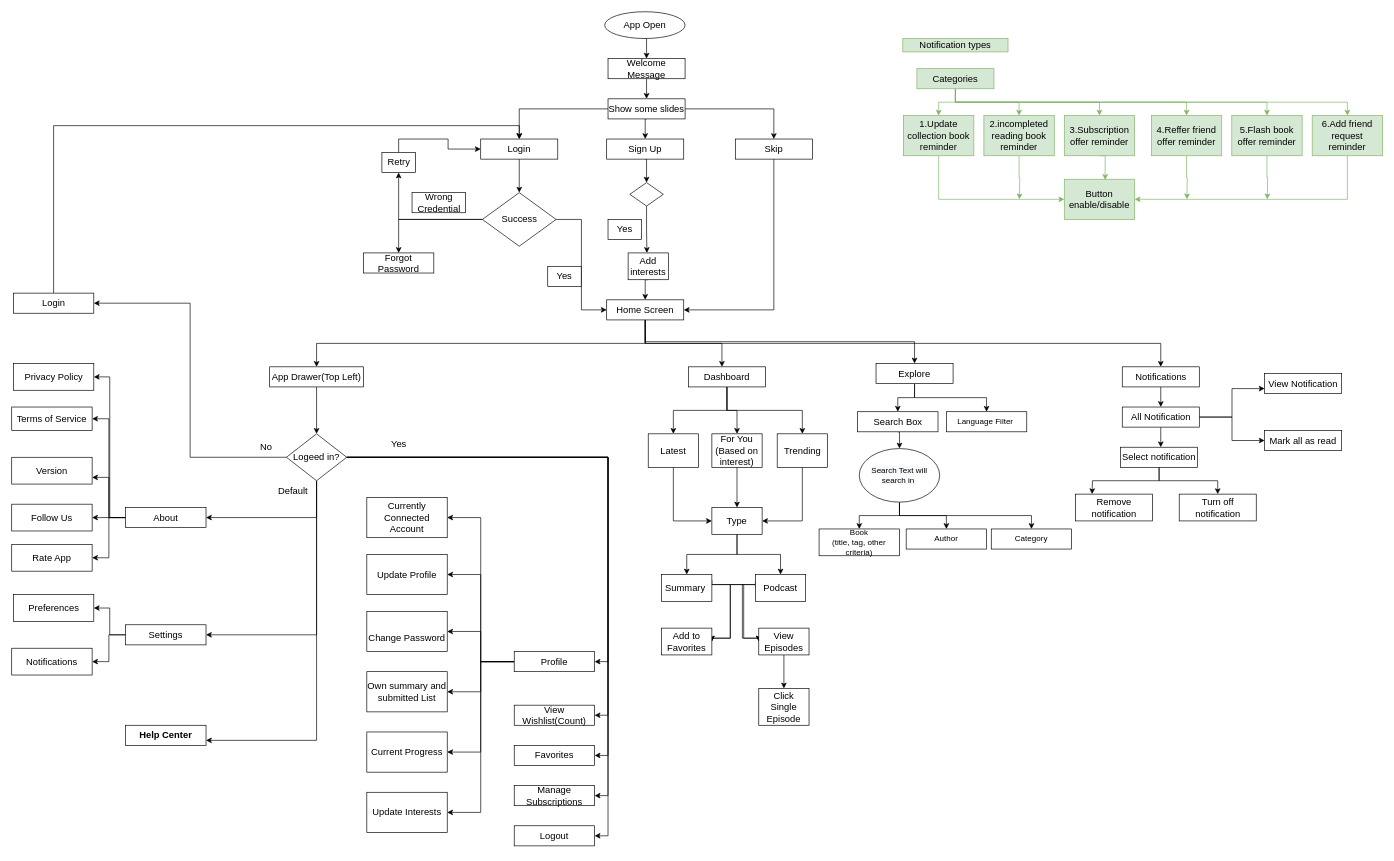
Before: BookJuice.drawio in showkat2203/bookJuice, a draw.io diagram. Source tidied: cells renumbered, new cells numbered last; positions are measured from the earlier drawing's top-left corner, leaving out a move shared by most shapes. Both pictures are drawn from the tidied source at 67%, with x=0, y=0 at pixel (11, 11).
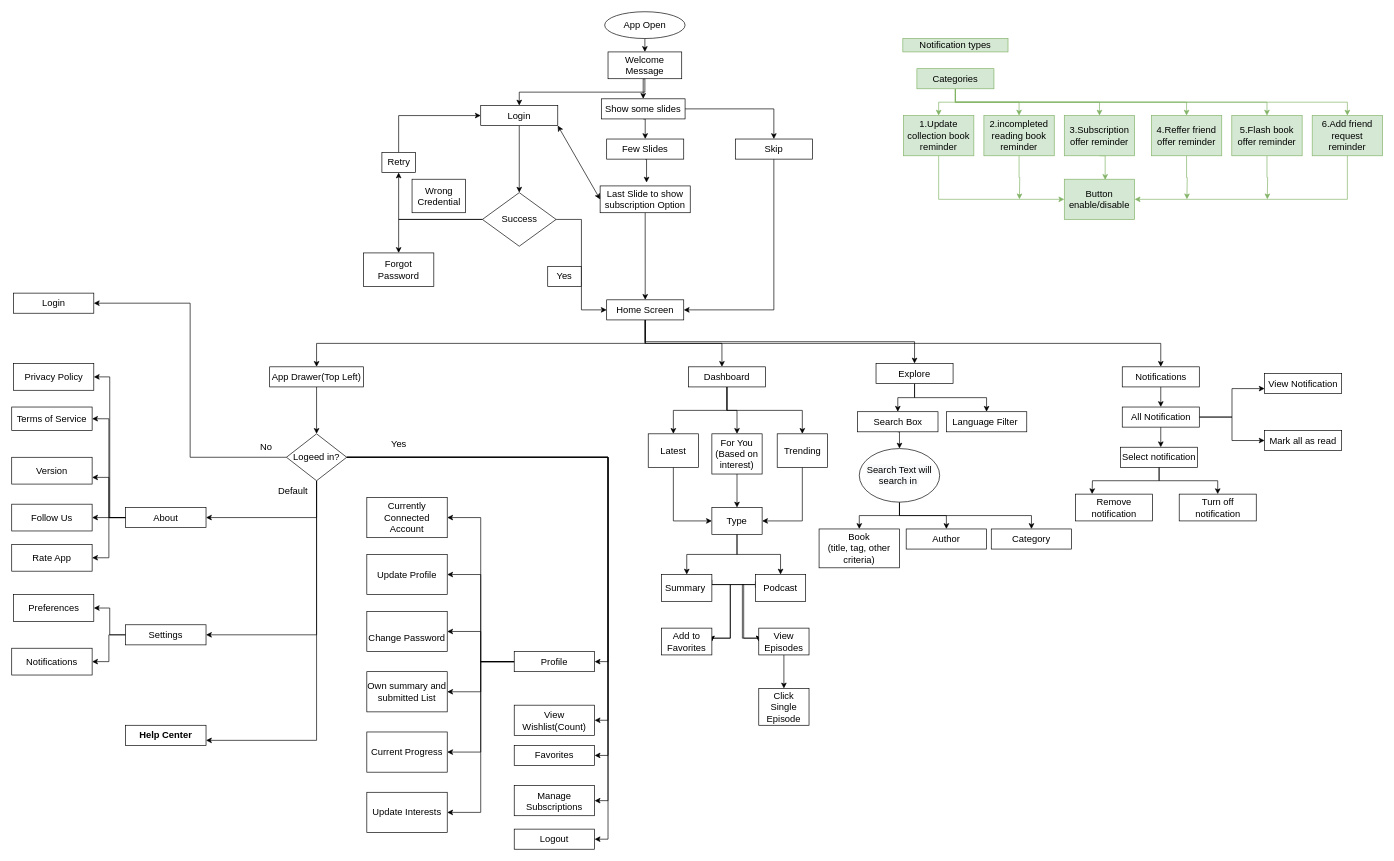
Above is the later version.

Commit message:
App Start Update

Unchanged cells that the change refers to:
```xml
<mxCell id="33" value="Explore&lt;br style=&quot;font-size: 14px;&quot;&gt;" style="rounded=0;whiteSpace=wrap;html=1;fontSize=14;labelBorderColor=none;" parent="1" vertex="1">
  <mxGeometry x="1290" y="525" width="115" height="30" as="geometry" />
</mxCell>
<mxCell id="54" value="Summary&lt;span style=&quot;white-space: pre; font-size: 14px;&quot;&gt; &lt;/span&gt;" style="rounded=0;whiteSpace=wrap;html=1;fontSize=14;labelBorderColor=none;" parent="1" vertex="1">
  <mxGeometry x="970" y="840" width="75" height="40" as="geometry" />
</mxCell>
<mxCell id="57" value="Podcast" style="rounded=0;whiteSpace=wrap;html=1;fontSize=14;labelBorderColor=none;" parent="1" vertex="1">
  <mxGeometry x="1110" y="840" width="75" height="40" as="geometry" />
</mxCell>
<mxCell id="141" value="&lt;span style=&quot;font-family: arial; background-color: transparent; vertical-align: baseline; font-size: 14px;&quot; id=&quot;docs-internal-guid-d14be29c-7fff-d73a-dcc5-bd1d11e58f45&quot;&gt;&lt;font style=&quot;font-size: 14px;&quot;&gt;Login&lt;/font&gt;&lt;/span&gt;" style="rounded=0;whiteSpace=wrap;html=1;fontSize=14;labelBorderColor=none;" parent="1" vertex="1">
  <mxGeometry x="2.5" y="420" width="120" height="30" as="geometry" />
</mxCell>
<mxCell id="143" value="Add to Favorites" style="rounded=0;whiteSpace=wrap;html=1;fontSize=14;labelBorderColor=none;" parent="1" vertex="1">
  <mxGeometry x="970" y="920" width="75" height="40" as="geometry" />
</mxCell>
<mxCell id="145" value="View Episodes" style="rounded=0;whiteSpace=wrap;html=1;fontSize=14;labelBorderColor=none;" parent="1" vertex="1">
  <mxGeometry x="1115" y="920" width="75" height="40" as="geometry" />
</mxCell>
<mxCell id="146" value="Click Single Episode" style="rounded=0;whiteSpace=wrap;html=1;fontSize=14;labelBorderColor=none;" parent="1" vertex="1">
  <mxGeometry x="1115" y="1010" width="75" height="55" as="geometry" />
</mxCell>
<mxCell id="148" value="Search Box" style="rounded=0;whiteSpace=wrap;html=1;fontSize=14;labelBorderColor=none;" parent="1" vertex="1">
  <mxGeometry x="1262.5" y="597" width="120" height="30" as="geometry" />
</mxCell>
```

Diff of the diagram source:
```diff
@@
+    <mxCell id="157" style="edgeStyle=orthogonalEdgeStyle;rounded=0;jettySize=auto;html=1;exitX=0.5;exitY=1;exitDx=0;exitDy=0;entryX=0.5;entryY=0;entryDx=0;entryDy=0;fontSize=14;" parent="1" edge="1" source="5" target="9">
+      <mxGeometry relative="1" as="geometry" />
+    </mxCell>
     <mxCell id="5" value="Welcome Message" style="rounded=0;whiteSpace=wrap;html=1;fontSize=14;labelBorderColor=none;" parent="1" vertex="1">
-      <mxGeometry x="890" y="70" width="115" height="30" as="geometry" />
+      <mxGeometry x="890" y="60" width="110" height="40" as="geometry" />
     </mxCell>
-    <mxCell id="6" style="edgeStyle=orthogonalEdgeStyle;rounded=0;jettySize=auto;html=1;exitX=0.5;exitY=1;exitDx=0;exitDy=0;entryX=0.5;entryY=0;entryDx=0;entryDy=0;fontSize=14;labelBorderColor=none;" parent="1" edge="1" source="7" target="42">
-      <mxGeometry relative="1" as="geometry" />
+    <mxCell id="6" style="edgeStyle=orthogonalEdgeStyle;rounded=0;jettySize=auto;html=1;exitX=0.5;exitY=1;exitDx=0;exitDy=0;entryX=0.5;entryY=0;entryDx=0;entryDy=0;fontSize=14;labelBorderColor=none;" parent="1" edge="1" source="7">
+      <mxGeometry relative="1" as="geometry">
+        <mxPoint x="947.5" y="255" as="targetPoint" />
+      </mxGeometry>
     </mxCell>
-    <mxCell id="7" value="Sign Up" style="rounded=0;whiteSpace=wrap;html=1;fontSize=14;labelBorderColor=none;" parent="1" vertex="1">
+    <mxCell id="7" value="Few Slides" style="rounded=0;whiteSpace=wrap;html=1;fontSize=14;labelBorderColor=none;" parent="1" vertex="1">
       <mxGeometry x="888" y="190" width="115" height="30" as="geometry" />
     </mxCell>
@@
     <mxCell id="9" value="Login" style="rounded=0;whiteSpace=wrap;html=1;fontSize=14;labelBorderColor=none;" parent="1" vertex="1">
-      <mxGeometry x="700" y="190" width="115" height="30" as="geometry" />
+      <mxGeometry x="700" y="140" width="115" height="30" as="geometry" />
     </mxCell>
@@
-    <mxCell id="13" style="edgeStyle=orthogonalEdgeStyle;rounded=0;jettySize=auto;html=1;exitX=0;exitY=0.5;exitDx=0;exitDy=0;fontSize=14;labelBorderColor=none;" parent="1" edge="1" source="15" target="9">
-      <mxGeometry relative="1" as="geometry" />
-    </mxCell>
@@
     <mxCell id="15" value="Show some slides" style="rounded=0;whiteSpace=wrap;html=1;fontSize=14;labelBorderColor=none;" parent="1" vertex="1">
-      <mxGeometry x="890" y="130" width="115" height="30" as="geometry" />
+      <mxGeometry x="880" y="130" width="125" height="30" as="geometry" />
     </mxCell>
@@
-    <mxCell id="31" style="edgeStyle=orthogonalEdgeStyle;rounded=0;jettySize=auto;html=1;exitX=0.5;exitY=1;exitDx=0;exitDy=0;entryX=0.5;entryY=0;entryDx=0;entryDy=0;" parent="1" edge="1" source="33" target="148">
+    <mxCell id="31" style="edgeStyle=orthogonalEdgeStyle;rounded=0;jettySize=auto;html=1;exitX=0.5;exitY=1;exitDx=0;exitDy=0;entryX=0.5;entryY=0;entryDx=0;entryDy=0;fontSize=14;" parent="1" edge="1" source="33" target="148">
       <mxGeometry relative="1" as="geometry" />
     </mxCell>
-    <mxCell id="32" style="edgeStyle=orthogonalEdgeStyle;rounded=0;jettySize=auto;html=1;exitX=0.5;exitY=1;exitDx=0;exitDy=0;entryX=0.5;entryY=0;entryDx=0;entryDy=0;" parent="1" edge="1" source="33" target="156">
+    <mxCell id="32" style="edgeStyle=orthogonalEdgeStyle;rounded=0;jettySize=auto;html=1;exitX=0.5;exitY=1;exitDx=0;exitDy=0;entryX=0.5;entryY=0;entryDx=0;entryDy=0;fontSize=14;" parent="1" edge="1" source="33" target="156">
       <mxGeometry relative="1" as="geometry" />
     </mxCell>
@@
     <mxCell id="36" value="Forgot Password" style="rounded=0;whiteSpace=wrap;html=1;fontSize=14;labelBorderColor=none;" parent="1" vertex="1">
-      <mxGeometry x="525" y="360" width="105" height="30" as="geometry" />
+      <mxGeometry x="525" y="360" width="105" height="50" as="geometry" />
     </mxCell>
@@
     <mxCell id="40" value="Wrong Credential" style="rounded=0;whiteSpace=wrap;html=1;fontSize=14;labelBorderColor=none;" parent="1" vertex="1">
-      <mxGeometry x="597.5" y="270" width="80" height="30" as="geometry" />
+      <mxGeometry x="597.5" y="250" width="80" height="50" as="geometry" />
     </mxCell>
-    <mxCell id="41" style="edgeStyle=orthogonalEdgeStyle;rounded=0;jettySize=auto;html=1;exitX=0.5;exitY=1;exitDx=0;exitDy=0;entryX=0.467;entryY=0;entryDx=0;entryDy=0;entryPerimeter=0;fontSize=14;labelBorderColor=none;" parent="1" edge="1" source="42" target="45">
-      <mxGeometry relative="1" as="geometry" />
-    </mxCell>
-    <mxCell id="42" style="rhombus;whiteSpace=wrap;html=1;fontSize=14;labelBorderColor=none;" parent="1" vertex="1">
-      <mxGeometry x="922.5" y="255" width="50" height="35" as="geometry" />
-    </mxCell>
-    <mxCell id="43" value="Yes" style="rounded=0;whiteSpace=wrap;html=1;fontSize=14;labelBorderColor=none;" parent="1" vertex="1">
-      <mxGeometry x="890" y="310" width="50" height="30" as="geometry" />
-    </mxCell>
@@
-    <mxCell id="45" value="Add interests" style="rounded=0;whiteSpace=wrap;html=1;fontSize=14;labelBorderColor=none;" parent="1" vertex="1">
-      <mxGeometry x="920" y="360" width="60" height="40" as="geometry" />
+    <mxCell id="45" value="Last Slide to show subscription Option" style="rounded=0;whiteSpace=wrap;html=1;fontSize=14;labelBorderColor=none;" parent="1" vertex="1">
+      <mxGeometry x="878.2" y="260" width="134.5" height="40" as="geometry" />
     </mxCell>
@@
     <mxCell id="49" value="For You&lt;br style=&quot;font-size: 14px;&quot;&gt;(Based on interest)" style="rounded=0;whiteSpace=wrap;html=1;fontSize=14;labelBorderColor=none;" parent="1" vertex="1">
-      <mxGeometry x="1045" y="630" width="75" height="50" as="geometry" />
+      <mxGeometry x="1045" y="630" width="75" height="60" as="geometry" />
     </mxCell>
@@
-    <mxCell id="52" style="edgeStyle=orthogonalEdgeStyle;rounded=0;jettySize=auto;html=1;exitX=1;exitY=0.25;exitDx=0;exitDy=0;entryX=1;entryY=0.5;entryDx=0;entryDy=0;" parent="1" edge="1" source="54" target="143">
+    <mxCell id="52" style="edgeStyle=orthogonalEdgeStyle;rounded=0;jettySize=auto;html=1;exitX=1;exitY=0.25;exitDx=0;exitDy=0;entryX=1;entryY=0.5;entryDx=0;entryDy=0;fontSize=14;" parent="1" edge="1" source="54" target="143">
       <mxGeometry relative="1" as="geometry">
         <Array as="points">
           <mxPoint x="1045.5" y="855" />
           <mxPoint x="1072.5" y="855" />
           <mxPoint x="1072.5" y="935" />
         </Array>
       </mxGeometry>
     </mxCell>
-    <mxCell id="53" style="edgeStyle=orthogonalEdgeStyle;rounded=0;jettySize=auto;html=1;exitX=1;exitY=0.25;exitDx=0;exitDy=0;entryX=0;entryY=0.5;entryDx=0;entryDy=0;" parent="1" edge="1" source="54" target="145">
+    <mxCell id="53" style="edgeStyle=orthogonalEdgeStyle;rounded=0;jettySize=auto;html=1;exitX=1;exitY=0.25;exitDx=0;exitDy=0;entryX=0;entryY=0.5;entryDx=0;entryDy=0;fontSize=14;" parent="1" edge="1" source="54" target="145">
       <mxGeometry relative="1" as="geometry">
         <Array as="points">
           <mxPoint x="1042.5" y="848" />
           <mxPoint x="1042.5" y="855" />
           <mxPoint x="1092.5" y="855" />
           <mxPoint x="1092.5" y="935" />
         </Array>
       </mxGeometry>
     </mxCell>
@@
-    <mxCell id="55" style="edgeStyle=orthogonalEdgeStyle;rounded=0;jettySize=auto;html=1;exitX=0;exitY=0.5;exitDx=0;exitDy=0;entryX=1;entryY=0.5;entryDx=0;entryDy=0;" parent="1" edge="1" source="57" target="143">
+    <mxCell id="55" style="edgeStyle=orthogonalEdgeStyle;rounded=0;jettySize=auto;html=1;exitX=0;exitY=0.5;exitDx=0;exitDy=0;entryX=1;entryY=0.5;entryDx=0;entryDy=0;fontSize=14;" parent="1" edge="1" source="57" target="143">
       <mxGeometry relative="1" as="geometry">
         <Array as="points">
           <mxPoint x="1072.5" y="855" />
           <mxPoint x="1072.5" y="935" />
         </Array>
       </mxGeometry>
     </mxCell>
-    <mxCell id="56" style="edgeStyle=orthogonalEdgeStyle;rounded=0;jettySize=auto;html=1;exitX=0;exitY=0.25;exitDx=0;exitDy=0;entryX=0;entryY=0.5;entryDx=0;entryDy=0;" parent="1" edge="1" source="57" target="145">
+    <mxCell id="56" style="edgeStyle=orthogonalEdgeStyle;rounded=0;jettySize=auto;html=1;exitX=0;exitY=0.25;exitDx=0;exitDy=0;entryX=0;entryY=0.5;entryDx=0;entryDy=0;fontSize=14;" parent="1" edge="1" source="57" target="145">
       <mxGeometry relative="1" as="geometry">
         <Array as="points">
           <mxPoint x="1110.5" y="855" />
           <mxPoint x="1090.5" y="855" />
           <mxPoint x="1090.5" y="935" />
         </Array>
       </mxGeometry>
     </mxCell>
@@
     <mxCell id="115" value="&lt;span style=&quot;font-family: arial; background-color: transparent; vertical-align: baseline; font-size: 14px;&quot; id=&quot;docs-internal-guid-903117e0-7fff-71b1-bc98-bc9baa7d7a13&quot;&gt;&lt;font style=&quot;font-size: 14px;&quot;&gt;View Wishlist(Count)&lt;/font&gt;&lt;/span&gt;" style="rounded=0;whiteSpace=wrap;html=1;fontSize=14;labelBorderColor=none;" parent="1" vertex="1">
-      <mxGeometry x="750" y="1035" width="120" height="30" as="geometry" />
+      <mxGeometry x="750" y="1035" width="120" height="45" as="geometry" />
     </mxCell>
@@
     <mxCell id="117" value="&lt;span style=&quot;font-family: arial; background-color: transparent; vertical-align: baseline; font-size: 14px;&quot; id=&quot;docs-internal-guid-4453dd02-7fff-08d9-fda8-3debc0077f14&quot;&gt;&lt;font style=&quot;font-size: 14px;&quot;&gt;Manage Subscriptions&lt;/font&gt;&lt;/span&gt;" style="rounded=0;whiteSpace=wrap;html=1;fontSize=14;labelBorderColor=none;" parent="1" vertex="1">
-      <mxGeometry x="750" y="1155" width="120" height="30" as="geometry" />
+      <mxGeometry x="750" y="1155" width="120" height="45" as="geometry" />
     </mxCell>
@@
     <mxCell id="135" value="&lt;font style=&quot;font-size: 14px;&quot;&gt;Logout&lt;/font&gt;" style="rounded=0;whiteSpace=wrap;html=1;fontSize=14;labelBorderColor=none;" parent="1" vertex="1">
-      <mxGeometry x="750" y="1215" width="120" height="30" as="geometry" />
+      <mxGeometry x="750" y="1220" width="120" height="30" as="geometry" />
     </mxCell>
@@
-    <mxCell id="140" style="edgeStyle=orthogonalEdgeStyle;rounded=0;jettySize=auto;html=1;exitX=0.5;exitY=0;exitDx=0;exitDy=0;entryX=0.5;entryY=0;entryDx=0;entryDy=0;fontSize=14;" parent="1" edge="1" source="141" target="9">
-      <mxGeometry relative="1" as="geometry" />
-    </mxCell>
@@
-    <mxCell id="144" style="edgeStyle=orthogonalEdgeStyle;rounded=0;jettySize=auto;html=1;exitX=0.5;exitY=1;exitDx=0;exitDy=0;entryX=0.5;entryY=0;entryDx=0;entryDy=0;" parent="1" edge="1" source="145" target="146">
+    <mxCell id="144" style="edgeStyle=orthogonalEdgeStyle;rounded=0;jettySize=auto;html=1;exitX=0.5;exitY=1;exitDx=0;exitDy=0;entryX=0.5;entryY=0;entryDx=0;entryDy=0;fontSize=14;" parent="1" edge="1" source="145" target="146">
       <mxGeometry relative="1" as="geometry" />
     </mxCell>
@@
-    <mxCell id="147" style="edgeStyle=orthogonalEdgeStyle;rounded=0;jettySize=auto;html=1;exitX=0.5;exitY=1;exitDx=0;exitDy=0;entryX=0.5;entryY=0;entryDx=0;entryDy=0;" parent="1" edge="1" source="148" target="152">
+    <mxCell id="147" style="edgeStyle=orthogonalEdgeStyle;rounded=0;jettySize=auto;html=1;exitX=0.5;exitY=1;exitDx=0;exitDy=0;entryX=0.5;entryY=0;entryDx=0;entryDy=0;fontSize=14;" parent="1" edge="1" source="148" target="152">
       <mxGeometry relative="1" as="geometry" />
     </mxCell>
@@
-    <mxCell id="149" style="edgeStyle=orthogonalEdgeStyle;rounded=0;jettySize=auto;html=1;exitX=0.5;exitY=1;exitDx=0;exitDy=0;entryX=0.5;entryY=0;entryDx=0;entryDy=0;" parent="1" edge="1" source="152" target="153">
+    <mxCell id="149" style="edgeStyle=orthogonalEdgeStyle;rounded=0;jettySize=auto;html=1;exitX=0.5;exitY=1;exitDx=0;exitDy=0;entryX=0.5;entryY=0;entryDx=0;entryDy=0;fontSize=14;" parent="1" edge="1" source="152" target="153">
       <mxGeometry relative="1" as="geometry" />
     </mxCell>
-    <mxCell id="150" style="edgeStyle=orthogonalEdgeStyle;rounded=0;jettySize=auto;html=1;exitX=0.5;exitY=1;exitDx=0;exitDy=0;entryX=0.5;entryY=0;entryDx=0;entryDy=0;" parent="1" edge="1" source="152" target="154">
+    <mxCell id="150" style="edgeStyle=orthogonalEdgeStyle;rounded=0;jettySize=auto;html=1;exitX=0.5;exitY=1;exitDx=0;exitDy=0;entryX=0.5;entryY=0;entryDx=0;entryDy=0;fontSize=14;" parent="1" edge="1" source="152" target="154">
       <mxGeometry relative="1" as="geometry" />
     </mxCell>
-    <mxCell id="151" style="edgeStyle=orthogonalEdgeStyle;rounded=0;jettySize=auto;html=1;exitX=0.5;exitY=1;exitDx=0;exitDy=0;entryX=0.5;entryY=0;entryDx=0;entryDy=0;" parent="1" edge="1" source="152" target="155">
+    <mxCell id="151" style="edgeStyle=orthogonalEdgeStyle;rounded=0;jettySize=auto;html=1;exitX=0.5;exitY=1;exitDx=0;exitDy=0;entryX=0.5;entryY=0;entryDx=0;entryDy=0;fontSize=14;" parent="1" edge="1" source="152" target="155">
       <mxGeometry relative="1" as="geometry" />
     </mxCell>
-    <mxCell id="152" value="&lt;span style=&quot;color: rgb(0 , 0 , 0) ; font-family: &amp;#34;helvetica&amp;#34; ; font-size: 12px ; font-style: normal ; font-weight: 400 ; letter-spacing: normal ; text-align: center ; text-indent: 0px ; text-transform: none ; word-spacing: 0px ; background-color: rgb(248 , 249 , 250) ; display: inline ; float: none&quot;&gt;Search Text will search in&amp;nbsp;&lt;/span&gt;" style="ellipse;whiteSpace=wrap;html=1;" parent="1" vertex="1">
+    <mxCell id="152" value="&lt;span style=&quot;color: rgb(0, 0, 0); font-family: helvetica; font-style: normal; font-weight: 400; letter-spacing: normal; text-align: center; text-indent: 0px; text-transform: none; word-spacing: 0px; background-color: rgb(248, 249, 250); display: inline; float: none; font-size: 14px;&quot;&gt;&lt;font style=&quot;font-size: 14px;&quot;&gt;Search Text will search in&amp;nbsp;&lt;/font&gt;&lt;/span&gt;" style="ellipse;whiteSpace=wrap;html=1;fontSize=14;" parent="1" vertex="1">
       <mxGeometry x="1265" y="652" width="120" height="80" as="geometry" />
     </mxCell>
-    <mxCell id="153" value="Book&lt;br&gt;(title, tag, other criteria)" style="rounded=0;whiteSpace=wrap;html=1;" parent="1" vertex="1">
-      <mxGeometry x="1205" y="772" width="120" height="40" as="geometry" />
+    <mxCell id="153" value="Book&lt;br style=&quot;font-size: 14px;&quot;&gt;(title, tag, other criteria)" style="rounded=0;whiteSpace=wrap;html=1;fontSize=14;" parent="1" vertex="1">
+      <mxGeometry x="1205" y="772" width="120" height="58" as="geometry" />
     </mxCell>
-    <mxCell id="154" value="Author" style="rounded=0;whiteSpace=wrap;html=1;" parent="1" vertex="1">
+    <mxCell id="154" value="Author" style="rounded=0;whiteSpace=wrap;html=1;fontSize=14;" parent="1" vertex="1">
       <mxGeometry x="1335" y="772" width="120" height="30" as="geometry" />
     </mxCell>
-    <mxCell id="155" value="Category" style="rounded=0;whiteSpace=wrap;html=1;" parent="1" vertex="1">
+    <mxCell id="155" value="Category" style="rounded=0;whiteSpace=wrap;html=1;fontSize=14;" parent="1" vertex="1">
       <mxGeometry x="1462" y="772" width="120" height="30" as="geometry" />
     </mxCell>
-    <mxCell id="156" value="Language Filter&amp;nbsp;" style="rounded=0;whiteSpace=wrap;html=1;" parent="1" vertex="1">
+    <mxCell id="156" value="Language Filter&amp;nbsp;" style="rounded=0;whiteSpace=wrap;html=1;fontSize=14;" parent="1" vertex="1">
       <mxGeometry x="1395" y="597" width="120" height="30" as="geometry" />
     </mxCell>
+    <mxCell id="158" style="endArrow=classic;startArrow=classic;html=1;exitX=1;exitY=1;exitDx=0;exitDy=0;entryX=0;entryY=0.5;entryDx=0;entryDy=0;fontSize=14;" parent="1" edge="1" source="9" target="45">
+      <mxGeometry relative="1" as="geometry" />
+    </mxCell>
```
